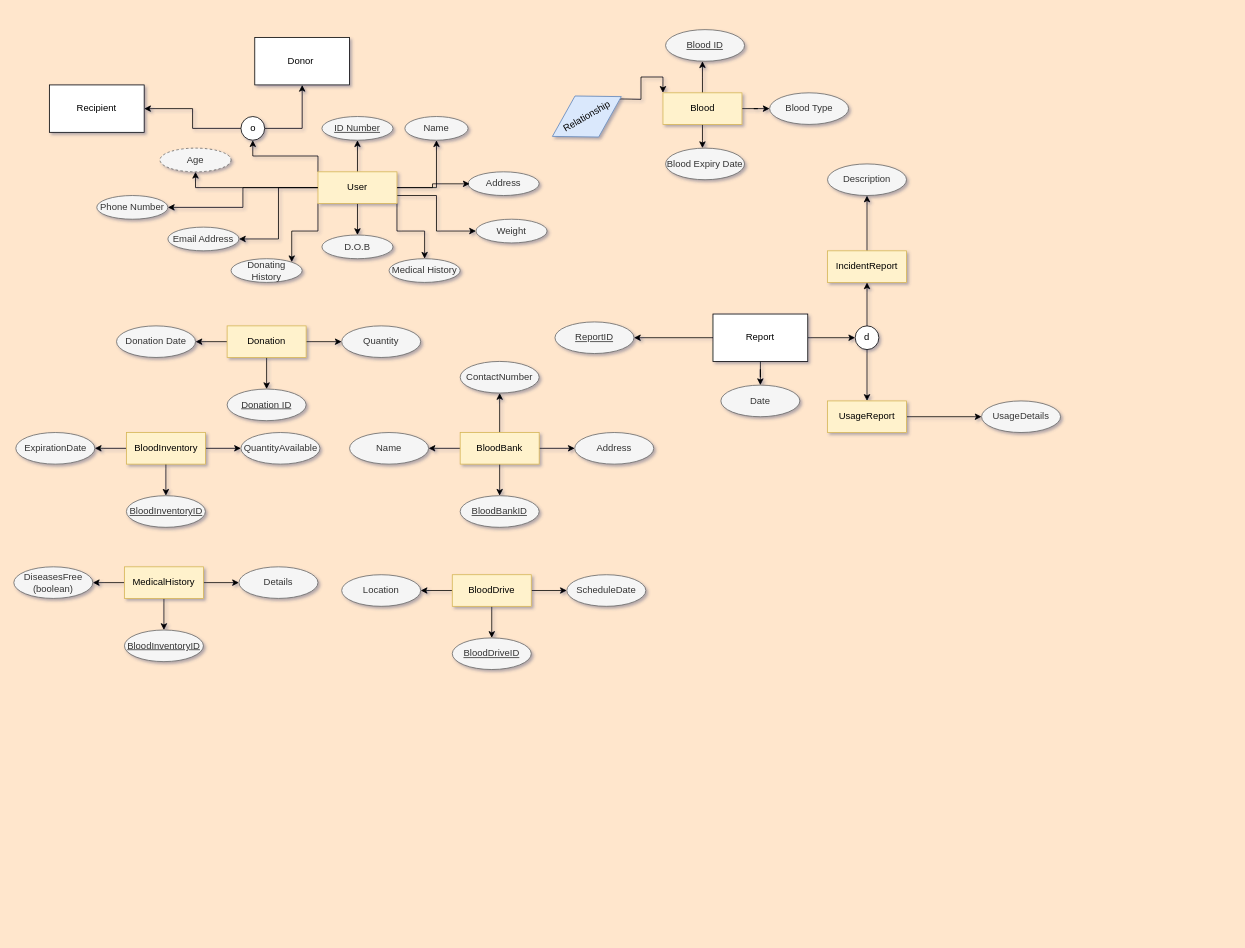
Before: page "Page-1" (1 of 2) of EER Diagram/BloodDonationSystem.drawio in NawafSD/BloodDonationSystem, a draw.io diagram. Source tidied: cells renumbered, new cells numbered last; positions are measured from the earlier drawing's top-left corner, leaving out a move shared by most shapes. Both pictures are drawn from the tidied source at 79%, with x=0, y=0 at pixel (13, 29).
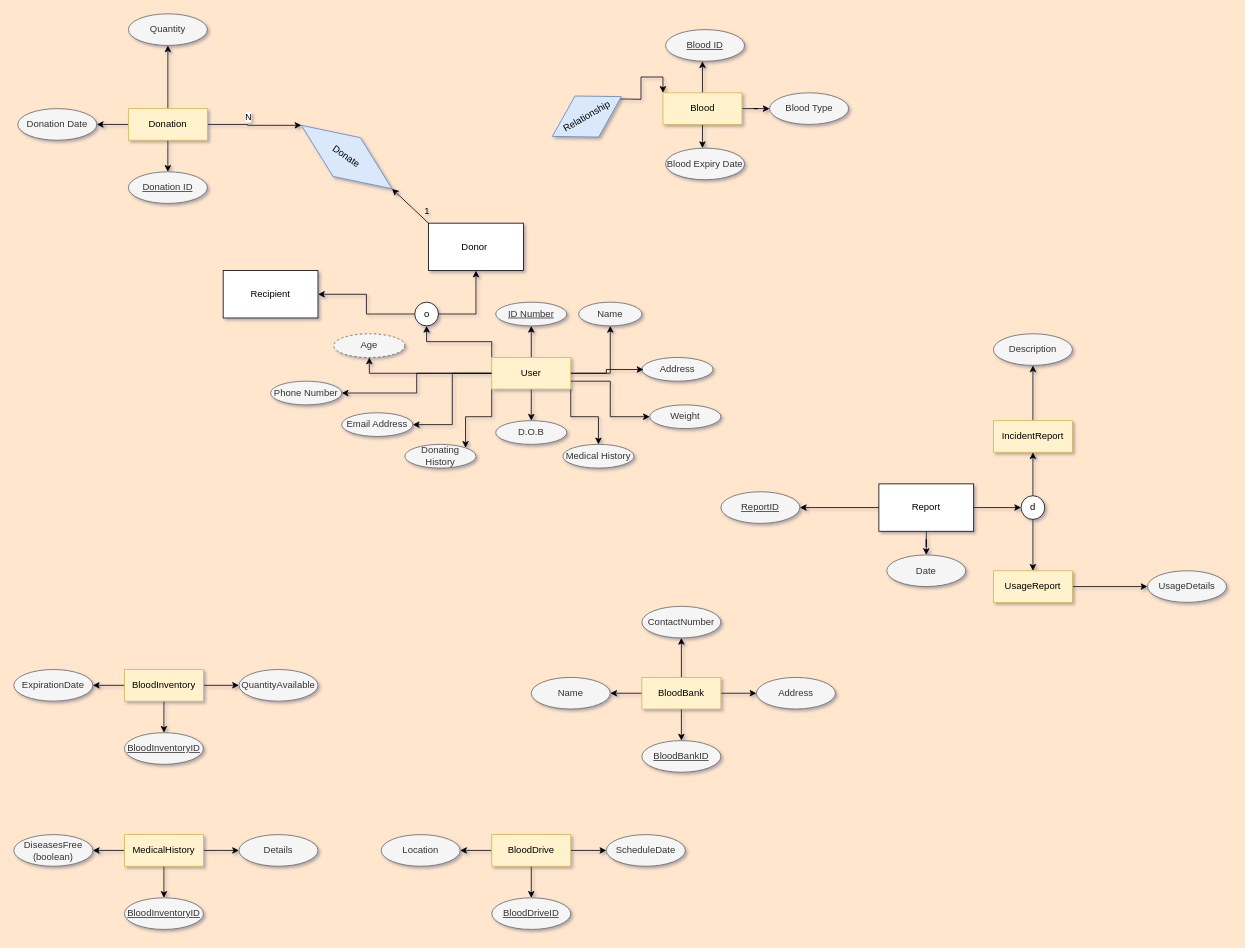
The same diagram, later.

The edit, as a diff of the source:
```diff
@@
     <mxCell id="11" value="User" style="whiteSpace=wrap;html=1;align=center;fillColor=#fff2cc;strokeColor=#d6b656;" parent="1" vertex="1">
-      <mxGeometry x="385" y="180" width="100" height="40" as="geometry" />
+      <mxGeometry x="605" y="415" width="100" height="40" as="geometry" />
     </mxCell>
     <mxCell id="12" value="ID Number" style="ellipse;whiteSpace=wrap;html=1;align=center;fontStyle=4;fillColor=#f5f5f5;strokeColor=#666666;fontColor=#333333;" parent="1" vertex="1">
-      <mxGeometry x="390" y="110" width="90" height="30" as="geometry" />
+      <mxGeometry x="610" y="345" width="90" height="30" as="geometry" />
     </mxCell>
     <mxCell id="13" value="Name" style="ellipse;whiteSpace=wrap;html=1;align=center;fillColor=#f5f5f5;strokeColor=#666666;fontColor=#333333;" parent="1" vertex="1">
-      <mxGeometry x="495" y="110" width="80" height="30" as="geometry" />
+      <mxGeometry x="715" y="345" width="80" height="30" as="geometry" />
     </mxCell>
     <mxCell id="14" value="Age" style="ellipse;whiteSpace=wrap;html=1;align=center;dashed=1;fillColor=#f5f5f5;strokeColor=#666666;fontColor=#333333;" parent="1" vertex="1">
-      <mxGeometry x="185" y="150" width="90" height="30" as="geometry" />
+      <mxGeometry x="405" y="385" width="90" height="30" as="geometry" />
     </mxCell>
     <mxCell id="15" value="D.O.B" style="ellipse;whiteSpace=wrap;html=1;align=center;fillColor=#f5f5f5;strokeColor=#666666;fontColor=#333333;" parent="1" vertex="1">
-      <mxGeometry x="390" y="260" width="90" height="30" as="geometry" />
+      <mxGeometry x="610" y="495" width="90" height="30" as="geometry" />
     </mxCell>
     <mxCell id="16" value="Address" style="ellipse;whiteSpace=wrap;html=1;align=center;fillColor=#f5f5f5;strokeColor=#666666;fontColor=#333333;" parent="1" vertex="1">
-      <mxGeometry x="575" y="180" width="90" height="30" as="geometry" />
+      <mxGeometry x="795" y="415" width="90" height="30" as="geometry" />
     </mxCell>
     <mxCell id="17" style="edgeStyle=orthogonalEdgeStyle;rounded=0;jettySize=auto;html=1;entryX=0.023;entryY=0.508;entryDx=0;entryDy=0;entryPerimeter=0;" parent="1" edge="1" source="11" target="16">
       <mxGeometry relative="1" as="geometry">
         <Array as="points">
-          <mxPoint x="530" y="200" />
-          <mxPoint x="530" y="195" />
+          <mxPoint x="750" y="435" />
+          <mxPoint x="750" y="430" />
         </Array>
       </mxGeometry>
     </mxCell>
     <mxCell id="18" value="Phone Number" style="ellipse;whiteSpace=wrap;html=1;align=center;fillColor=#f5f5f5;strokeColor=#666666;fontColor=#333333;" parent="1" vertex="1">
-      <mxGeometry x="105" y="210" width="90" height="30" as="geometry" />
+      <mxGeometry x="325" y="445" width="90" height="30" as="geometry" />
     </mxCell>
     <mxCell id="19" value="Email Address" style="ellipse;whiteSpace=wrap;html=1;align=center;fillColor=#f5f5f5;strokeColor=#666666;fontColor=#333333;" parent="1" vertex="1">
-      <mxGeometry x="195" y="250" width="90" height="30" as="geometry" />
+      <mxGeometry x="415" y="485" width="90" height="30" as="geometry" />
     </mxCell>
@@
     <mxCell id="21" value="Weight" style="ellipse;whiteSpace=wrap;html=1;align=center;fillColor=#f5f5f5;strokeColor=#666666;fontColor=#333333;" parent="1" vertex="1">
-      <mxGeometry x="585" y="240" width="90" height="30" as="geometry" />
+      <mxGeometry x="805" y="475" width="90" height="30" as="geometry" />
     </mxCell>
     <mxCell id="22" value="Medical History" style="ellipse;whiteSpace=wrap;html=1;align=center;fillColor=#f5f5f5;strokeColor=#666666;fontColor=#333333;" parent="1" vertex="1">
-      <mxGeometry x="475" y="290" width="90" height="30" as="geometry" />
+      <mxGeometry x="695" y="525" width="90" height="30" as="geometry" />
     </mxCell>
     <mxCell id="23" value="Donating History" style="ellipse;whiteSpace=wrap;html=1;align=center;fillColor=#f5f5f5;strokeColor=#666666;fontColor=#333333;" parent="1" vertex="1">
-      <mxGeometry x="275" y="290" width="90" height="30" as="geometry" />
+      <mxGeometry x="495" y="525" width="90" height="30" as="geometry" />
     </mxCell>
@@
+    <mxCell id="35" style="edgeStyle=orthogonalEdgeStyle;rounded=0;jettySize=auto;html=1;" parent="1" edge="1" source="36" target="38">
+      <mxGeometry relative="1" as="geometry" />
+    </mxCell>
-    <mxCell id="34" style="edgeStyle=orthogonalEdgeStyle;rounded=0;jettySize=auto;html=1;entryX=0;entryY=0.5;entryDx=0;entryDy=0;" parent="1" edge="1" source="36" target="39">
+    <mxCell id="34" style="edgeStyle=orthogonalEdgeStyle;rounded=0;jettySize=auto;html=1;exitX=0.5;exitY=0;exitDx=0;exitDy=0;entryX=0.5;entryY=1;entryDx=0;entryDy=0;" parent="1" edge="1" source="36" target="39">
       <mxGeometry relative="1" as="geometry" />
     </mxCell>
-    <mxCell id="35" style="edgeStyle=orthogonalEdgeStyle;rounded=0;jettySize=auto;html=1;" parent="1" edge="1" source="36" target="38">
-      <mxGeometry relative="1" as="geometry" />
-    </mxCell>
+    <mxCell id="90" style="edgeStyle=orthogonalEdgeStyle;rounded=0;jettySize=auto;html=1;entryX=0;entryY=0.5;entryDx=0;entryDy=0;" parent="1" edge="1" source="36" target="93">
+      <mxGeometry relative="1" as="geometry" />
+    </mxCell>
+    <mxCell id="91" value="N" style="edgeLabel;html=1;align=center;verticalAlign=middle;" parent="90" vertex="1">
+      <mxGeometry x="-0.74" y="-1" relative="1" as="geometry">
+        <mxPoint x="35" y="-11" as="offset" />
+      </mxGeometry>
+    </mxCell>
-    <mxCell id="36" value="Donation" style="whiteSpace=wrap;html=1;align=center;fillColor=#fff2cc;strokeColor=#d6b656;" parent="1" vertex="1">
-      <mxGeometry x="270" y="375" width="100" height="40" as="geometry" />
+    <mxCell id="36" value="Donation" style="whiteSpace=wrap;html=1;align=center;fillColor=#fff2cc;strokeColor=#d6b656;direction=east;" parent="1" vertex="1">
+      <mxGeometry x="145" y="100" width="100" height="40" as="geometry" />
     </mxCell>
-    <mxCell id="37" value="Donation ID" style="ellipse;whiteSpace=wrap;html=1;align=center;fontStyle=4;fillColor=#f5f5f5;strokeColor=#666666;fontColor=#333333;" parent="1" vertex="1">
-      <mxGeometry x="270" y="455" width="100" height="40" as="geometry" />
+    <mxCell id="37" value="Donation ID" style="ellipse;whiteSpace=wrap;html=1;align=center;fontStyle=4;fillColor=#f5f5f5;strokeColor=#666666;fontColor=#333333;direction=east;" parent="1" vertex="1">
+      <mxGeometry x="145" y="180" width="100" height="40" as="geometry" />
     </mxCell>
-    <mxCell id="38" value="Donation Date" style="ellipse;whiteSpace=wrap;html=1;align=center;fillColor=#f5f5f5;strokeColor=#666666;fontColor=#333333;" parent="1" vertex="1">
-      <mxGeometry x="130" y="375" width="100" height="40" as="geometry" />
+    <mxCell id="38" value="Donation Date" style="ellipse;whiteSpace=wrap;html=1;align=center;fillColor=#f5f5f5;strokeColor=#666666;fontColor=#333333;direction=east;" parent="1" vertex="1">
+      <mxGeometry x="5" y="100" width="100" height="40" as="geometry" />
     </mxCell>
-    <mxCell id="39" value="Quantity" style="ellipse;whiteSpace=wrap;html=1;align=center;fillColor=#f5f5f5;strokeColor=#666666;fontColor=#333333;" parent="1" vertex="1">
-      <mxGeometry x="415" y="375" width="100" height="40" as="geometry" />
+    <mxCell id="39" value="Quantity" style="ellipse;whiteSpace=wrap;html=1;align=center;fillColor=#f5f5f5;strokeColor=#666666;fontColor=#333333;direction=east;" parent="1" vertex="1">
+      <mxGeometry x="145" y="-20" width="100" height="40" as="geometry" />
     </mxCell>
@@
     <mxCell id="43" value="BloodInventory" style="whiteSpace=wrap;html=1;align=center;fillColor=#fff2cc;strokeColor=#d6b656;" parent="1" vertex="1">
-      <mxGeometry x="142.5" y="510" width="100" height="40" as="geometry" />
+      <mxGeometry x="140" y="810" width="100" height="40" as="geometry" />
     </mxCell>
     <mxCell id="44" value="BloodInventoryID" style="ellipse;whiteSpace=wrap;html=1;align=center;fontStyle=4;fillColor=#f5f5f5;strokeColor=#666666;fontColor=#333333;" parent="1" vertex="1">
-      <mxGeometry x="142.5" y="590" width="100" height="40" as="geometry" />
+      <mxGeometry x="140" y="890" width="100" height="40" as="geometry" />
     </mxCell>
     <mxCell id="45" value="ExpirationDate" style="ellipse;whiteSpace=wrap;html=1;align=center;fillColor=#f5f5f5;strokeColor=#666666;fontColor=#333333;" parent="1" vertex="1">
-      <mxGeometry x="2.5" y="510" width="100" height="40" as="geometry" />
+      <mxGeometry y="810" width="100" height="40" as="geometry" />
     </mxCell>
     <mxCell id="46" value="QuantityAvailable" style="ellipse;whiteSpace=wrap;html=1;align=center;fillColor=#f5f5f5;strokeColor=#666666;fontColor=#333333;" parent="1" vertex="1">
-      <mxGeometry x="287.5" y="510" width="100" height="40" as="geometry" />
+      <mxGeometry x="285" y="810" width="100" height="40" as="geometry" />
     </mxCell>
@@
     <mxCell id="51" value="BloodBank" style="whiteSpace=wrap;html=1;align=center;fillColor=#fff2cc;strokeColor=#d6b656;" parent="1" vertex="1">
-      <mxGeometry x="565" y="510" width="100" height="40" as="geometry" />
+      <mxGeometry x="795" y="820" width="100" height="40" as="geometry" />
     </mxCell>
     <mxCell id="52" value="BloodBankID " style="ellipse;whiteSpace=wrap;html=1;align=center;fontStyle=4;fillColor=#f5f5f5;strokeColor=#666666;fontColor=#333333;" parent="1" vertex="1">
-      <mxGeometry x="565" y="590" width="100" height="40" as="geometry" />
+      <mxGeometry x="795" y="900" width="100" height="40" as="geometry" />
     </mxCell>
     <mxCell id="53" value="Name" style="ellipse;whiteSpace=wrap;html=1;align=center;fillColor=#f5f5f5;strokeColor=#666666;fontColor=#333333;" parent="1" vertex="1">
-      <mxGeometry x="425" y="510" width="100" height="40" as="geometry" />
+      <mxGeometry x="655" y="820" width="100" height="40" as="geometry" />
     </mxCell>
     <mxCell id="54" value="Address" style="ellipse;whiteSpace=wrap;html=1;align=center;fillColor=#f5f5f5;strokeColor=#666666;fontColor=#333333;" parent="1" vertex="1">
-      <mxGeometry x="710" y="510" width="100" height="40" as="geometry" />
+      <mxGeometry x="940" y="820" width="100" height="40" as="geometry" />
     </mxCell>
     <mxCell id="55" value="ContactNumber" style="ellipse;whiteSpace=wrap;html=1;align=center;fillColor=#f5f5f5;strokeColor=#666666;fontColor=#333333;" parent="1" vertex="1">
-      <mxGeometry x="565" y="420" width="100" height="40" as="geometry" />
+      <mxGeometry x="795" y="730" width="100" height="40" as="geometry" />
     </mxCell>
@@
     <mxCell id="59" value="MedicalHistory" style="whiteSpace=wrap;html=1;align=center;fillColor=#fff2cc;strokeColor=#d6b656;" parent="1" vertex="1">
-      <mxGeometry x="140" y="680" width="100" height="40" as="geometry" />
+      <mxGeometry x="140" y="1019" width="100" height="40" as="geometry" />
     </mxCell>
     <mxCell id="60" value="BloodInventoryID" style="ellipse;whiteSpace=wrap;html=1;align=center;fontStyle=4;fillColor=#f5f5f5;strokeColor=#666666;fontColor=#333333;" parent="1" vertex="1">
-      <mxGeometry x="140" y="760" width="100" height="40" as="geometry" />
+      <mxGeometry x="140" y="1099" width="100" height="40" as="geometry" />
     </mxCell>
     <mxCell id="61" value="DiseasesFree (boolean)" style="ellipse;whiteSpace=wrap;html=1;align=center;fillColor=#f5f5f5;strokeColor=#666666;fontColor=#333333;" parent="1" vertex="1">
-      <mxGeometry y="680" width="100" height="40" as="geometry" />
+      <mxGeometry y="1019" width="100" height="40" as="geometry" />
     </mxCell>
     <mxCell id="62" value="Details" style="ellipse;whiteSpace=wrap;html=1;align=center;fillColor=#f5f5f5;strokeColor=#666666;fontColor=#333333;" parent="1" vertex="1">
-      <mxGeometry x="285" y="680" width="100" height="40" as="geometry" />
+      <mxGeometry x="285" y="1019" width="100" height="40" as="geometry" />
     </mxCell>
@@
     <mxCell id="66" value="BloodDrive" style="whiteSpace=wrap;html=1;align=center;fillColor=#fff2cc;strokeColor=#d6b656;" parent="1" vertex="1">
-      <mxGeometry x="555" y="690" width="100" height="40" as="geometry" />
+      <mxGeometry x="605" y="1019" width="100" height="40" as="geometry" />
     </mxCell>
     <mxCell id="67" value="BloodDriveID" style="ellipse;whiteSpace=wrap;html=1;align=center;fontStyle=4;fillColor=#f5f5f5;strokeColor=#666666;fontColor=#333333;" parent="1" vertex="1">
-      <mxGeometry x="555" y="770" width="100" height="40" as="geometry" />
+      <mxGeometry x="605" y="1099" width="100" height="40" as="geometry" />
     </mxCell>
     <mxCell id="68" value="Location" style="ellipse;whiteSpace=wrap;html=1;align=center;fillColor=#f5f5f5;strokeColor=#666666;fontColor=#333333;" parent="1" vertex="1">
-      <mxGeometry x="415" y="690" width="100" height="40" as="geometry" />
+      <mxGeometry x="465" y="1019" width="100" height="40" as="geometry" />
     </mxCell>
     <mxCell id="69" value="ScheduleDate" style="ellipse;whiteSpace=wrap;html=1;align=center;fillColor=#f5f5f5;strokeColor=#666666;fontColor=#333333;" parent="1" vertex="1">
-      <mxGeometry x="700" y="690" width="100" height="40" as="geometry" />
+      <mxGeometry x="750" y="1019" width="100" height="40" as="geometry" />
     </mxCell>
@@
     <mxCell id="71" value="IncidentReport" style="whiteSpace=wrap;html=1;align=center;fillColor=#fff2cc;strokeColor=#d6b656;" parent="1" vertex="1">
-      <mxGeometry x="1030" y="280" width="100" height="40" as="geometry" />
+      <mxGeometry x="1240" y="495" width="100" height="40" as="geometry" />
     </mxCell>
     <mxCell id="72" value="ReportID" style="ellipse;whiteSpace=wrap;html=1;align=center;fontStyle=4;fillColor=#f5f5f5;strokeColor=#666666;fontColor=#333333;" parent="1" vertex="1">
-      <mxGeometry x="685" y="370" width="100" height="40" as="geometry" />
+      <mxGeometry x="895" y="585" width="100" height="40" as="geometry" />
     </mxCell>
     <mxCell id="73" value="Description" style="ellipse;whiteSpace=wrap;html=1;align=center;fillColor=#f5f5f5;strokeColor=#666666;fontColor=#333333;" parent="1" vertex="1">
-      <mxGeometry x="1030" y="170" width="100" height="40" as="geometry" />
+      <mxGeometry x="1240" y="385" width="100" height="40" as="geometry" />
     </mxCell>
@@
     <mxCell id="75" value="UsageReport" style="whiteSpace=wrap;html=1;align=center;fillColor=#fff2cc;strokeColor=#d6b656;" parent="1" vertex="1">
-      <mxGeometry x="1030" y="470" width="100" height="40" as="geometry" />
+      <mxGeometry x="1240" y="685" width="100" height="40" as="geometry" />
     </mxCell>
     <mxCell id="76" value="Date" style="ellipse;whiteSpace=wrap;html=1;align=center;fillColor=#f5f5f5;strokeColor=#666666;fontColor=#333333;" parent="1" vertex="1">
-      <mxGeometry x="895" y="450" width="100" height="40" as="geometry" />
+      <mxGeometry x="1105" y="665" width="100" height="40" as="geometry" />
     </mxCell>
     <mxCell id="77" value="UsageDetails" style="ellipse;whiteSpace=wrap;html=1;align=center;fillColor=#f5f5f5;strokeColor=#666666;fontColor=#333333;" parent="1" vertex="1">
-      <mxGeometry x="1225" y="470" width="100" height="40" as="geometry" />
+      <mxGeometry x="1435" y="685" width="100" height="40" as="geometry" />
     </mxCell>
@@
     <mxCell id="81" value="Report" style="rounded=0;whiteSpace=wrap;html=1;" parent="1" vertex="1">
-      <mxGeometry x="885" y="360" width="120" height="60" as="geometry" />
+      <mxGeometry x="1095" y="575" width="120" height="60" as="geometry" />
     </mxCell>
@@
     <mxCell id="84" value="d" style="ellipse;whiteSpace=wrap;html=1;" parent="1" vertex="1">
-      <mxGeometry x="1065" y="375" width="30" height="30" as="geometry" />
+      <mxGeometry x="1275" y="590" width="30" height="30" as="geometry" />
     </mxCell>
+    <mxCell id="92" style="rounded=0;jettySize=auto;html=1;exitX=0;exitY=0;exitDx=0;exitDy=0;entryX=1;entryY=0.5;entryDx=0;entryDy=0;" parent="1" edge="1" source="85" target="93">
+      <mxGeometry relative="1" as="geometry" />
+    </mxCell>
     <mxCell id="85" value="Donor&amp;nbsp;" style="rounded=0;whiteSpace=wrap;html=1;" parent="1" vertex="1">
-      <mxGeometry x="305" y="10" width="120" height="60" as="geometry" />
+      <mxGeometry x="525" y="245" width="120" height="60" as="geometry" />
     </mxCell>
     <mxCell id="86" value="Recipient" style="rounded=0;whiteSpace=wrap;html=1;" parent="1" vertex="1">
-      <mxGeometry x="45" y="70" width="120" height="60" as="geometry" />
+      <mxGeometry x="265" y="305" width="120" height="60" as="geometry" />
     </mxCell>
@@
     <mxCell id="89" value="o" style="ellipse;whiteSpace=wrap;html=1;" parent="1" vertex="1">
-      <mxGeometry x="287.5" y="110" width="30" height="30" as="geometry" />
+      <mxGeometry x="507.5" y="345" width="30" height="30" as="geometry" />
     </mxCell>
+    <mxCell id="93" value="Donate" style="shape=rhombus;perimeter=rhombusPerimeter;whiteSpace=wrap;html=1;align=center;rotation=35;fillColor=#dae8fc;strokeColor=#6c8ebf;" parent="1" vertex="1">
+      <mxGeometry x="351.4" y="131.3" width="140" height="60" as="geometry" />
+    </mxCell>
+    <mxCell id="94" value="1" style="text;html=1;align=center;verticalAlign=middle;strokeColor=none;fillColor=none;" parent="1" vertex="1">
+      <mxGeometry x="507.5" y="215" width="30" height="30" as="geometry" />
+    </mxCell>
```
